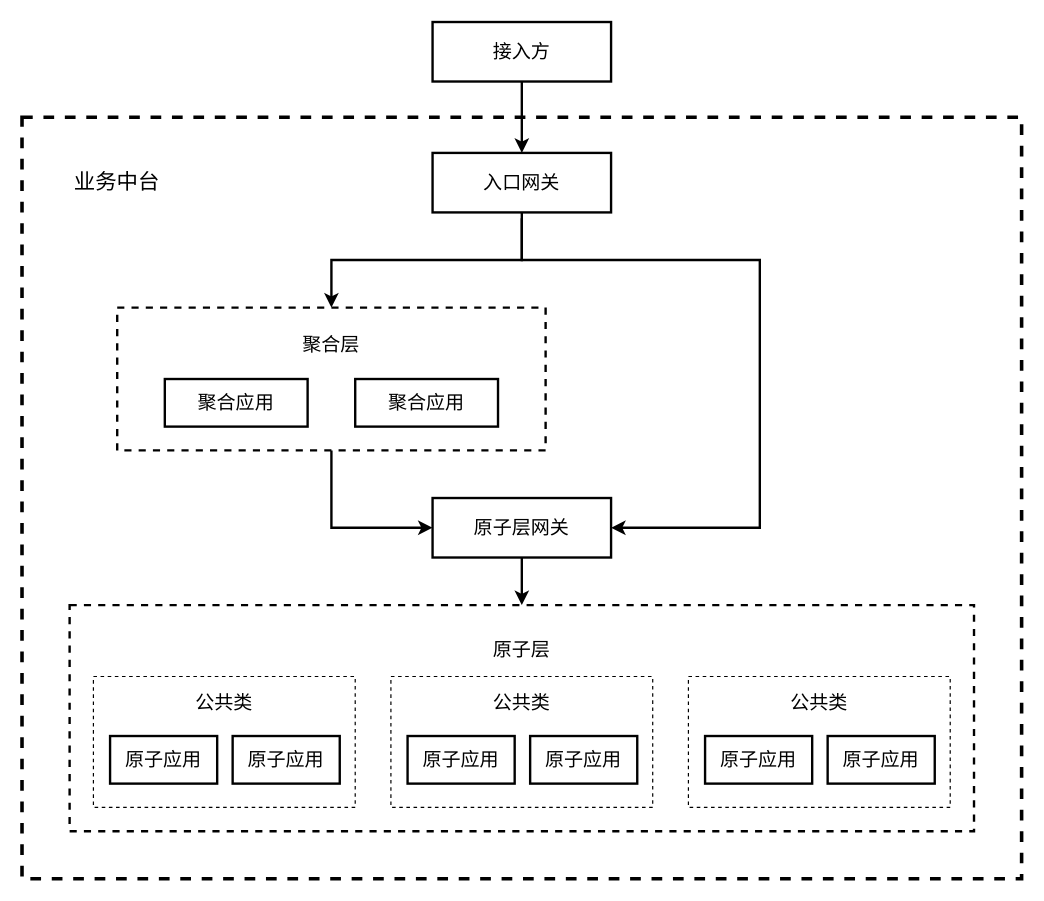
This is sse/业务中台目标.drawio from yimzncy/draw, a draw.io file, before an edit. Source tidied: cells renumbered, new cells numbered last; positions are measured from the earlier drawing's top-left corner, leaving out a move shared by most shapes. Both pictures are drawn from the tidied source at 119%, with x=0, y=0 at pixel (21, 21).
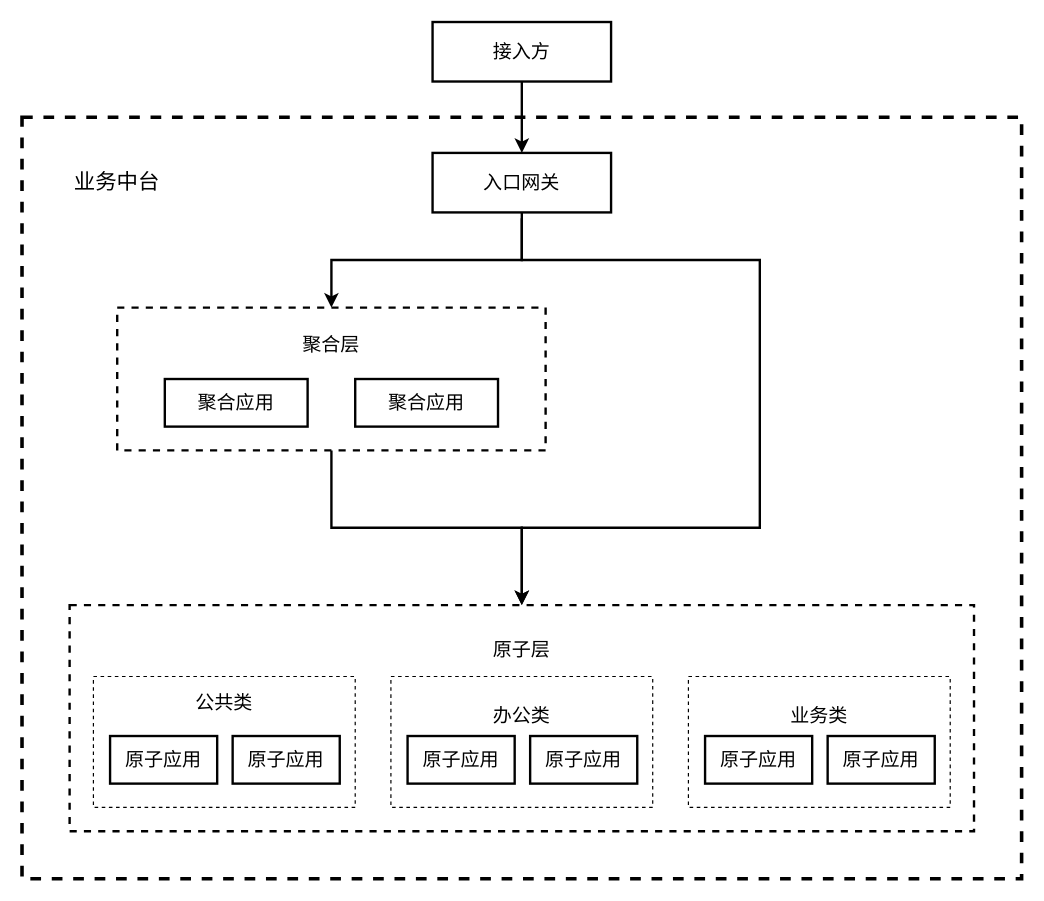
The same page after the edit.

Commit message:
Update 业务中台目标.drawio

Unchanged cells that the change refers to:
```xml
<mxCell id="3" value="原子层&lt;br&gt;&lt;br&gt;&lt;br&gt;&lt;br&gt;&lt;br&gt;&lt;br&gt;&lt;br&gt;" style="rounded=0;whiteSpace=wrap;html=1;strokeWidth=2;gradientColor=none;fontSize=16;dashed=1;fillColor=none;" parent="1" vertex="1">
  <mxGeometry x="40" y="490" width="760" height="190" as="geometry" />
</mxCell>
<mxCell id="10" value="聚合层&lt;br&gt;&lt;br&gt;&lt;br&gt;&lt;br&gt;" style="rounded=0;whiteSpace=wrap;html=1;strokeWidth=2;gradientColor=none;fontSize=16;dashed=1;fillColor=none;" parent="1" vertex="1">
  <mxGeometry x="80" y="240" width="360" height="120" as="geometry" />
</mxCell>
<mxCell id="20" style="group;" parent="1" vertex="1">
  <mxGeometry x="310" y="550" width="220" height="110" as="geometry" />
</mxCell>
<mxCell id="24" style="group;" parent="1" vertex="1">
  <mxGeometry x="560" y="550" width="220" height="110" as="geometry" />
</mxCell>
```

Change to the diagram source:
```diff
@@
-    <mxCell id="7" style="edgeStyle=orthogonalEdgeStyle;rounded=0;jettySize=auto;html=1;strokeWidth=2;exitX=0.5;exitY=1;exitDx=0;exitDy=0;endArrow=classic;endFill=1;entryX=1;entryY=0.5;entryDx=0;entryDy=0;" parent="1" edge="1" target="12">
+    <mxCell id="7" style="edgeStyle=orthogonalEdgeStyle;rounded=0;jettySize=auto;html=1;strokeWidth=2;exitX=0.5;exitY=1;exitDx=0;exitDy=0;endArrow=classic;endFill=1;entryX=0.5;entryY=0;entryDx=0;entryDy=0;" parent="1" edge="1" target="3">
       <mxGeometry relative="1" as="geometry">
         <mxPoint x="420" y="165" as="sourcePoint" />
         <Array as="points">
           <mxPoint x="420" y="200" />
           <mxPoint x="620" y="200" />
           <mxPoint x="620" y="425" />
+          <mxPoint x="420" y="425" />
         </Array>
       </mxGeometry>
     </mxCell>
@@
-    <mxCell id="9" style="edgeStyle=orthogonalEdgeStyle;rounded=0;jettySize=auto;html=1;exitX=0.5;exitY=1;exitDx=0;exitDy=0;entryX=0;entryY=0.5;entryDx=0;entryDy=0;endArrow=classic;endFill=1;strokeWidth=2;" parent="1" edge="1" source="10" target="12">
+    <mxCell id="9" style="edgeStyle=orthogonalEdgeStyle;rounded=0;jettySize=auto;html=1;exitX=0.5;exitY=1;exitDx=0;exitDy=0;entryX=0.5;entryY=0;entryDx=0;entryDy=0;endArrow=classic;endFill=1;strokeWidth=2;" parent="1" edge="1" source="10" target="3">
       <mxGeometry relative="1" as="geometry" />
     </mxCell>
@@
-    <mxCell id="11" style="edgeStyle=orthogonalEdgeStyle;rounded=0;jettySize=auto;html=1;entryX=0.5;entryY=0;entryDx=0;entryDy=0;strokeWidth=2;" parent="1" edge="1" source="12" target="3">
-      <mxGeometry relative="1" as="geometry" />
-    </mxCell>
-    <mxCell id="12" value="原子层网关" style="rounded=0;whiteSpace=wrap;html=1;strokeWidth=2;gradientColor=none;fontSize=16;" parent="1" vertex="1">
-      <mxGeometry x="345" y="400" width="150" height="50" as="geometry" />
-    </mxCell>
@@
-    <mxCell id="21" value="&lt;font style=&quot;font-size: 16px&quot;&gt;公共类&lt;br&gt;&lt;/font&gt;&lt;br&gt;&lt;br&gt;&lt;br&gt;" style="rounded=0;whiteSpace=wrap;html=1;fontSize=18;fillColor=none;dashed=1;" parent="20" vertex="1">
+    <mxCell id="21" value="&lt;font style=&quot;font-size: 16px&quot;&gt;办公类&lt;br&gt;&lt;/font&gt;&lt;br&gt;&lt;br&gt;" style="rounded=0;whiteSpace=wrap;html=1;fontSize=18;fillColor=none;dashed=1;" parent="20" vertex="1">
       <mxGeometry width="220" height="110" as="geometry" />
     </mxCell>
@@
-    <mxCell id="25" value="&lt;font style=&quot;font-size: 16px&quot;&gt;公共类&lt;br&gt;&lt;/font&gt;&lt;br&gt;&lt;br&gt;&lt;br&gt;" style="rounded=0;whiteSpace=wrap;html=1;fontSize=18;fillColor=none;dashed=1;" parent="24" vertex="1">
+    <mxCell id="25" value="&lt;font style=&quot;font-size: 16px&quot;&gt;业务类&lt;br&gt;&lt;/font&gt;&lt;br&gt;&lt;br&gt;" style="rounded=0;whiteSpace=wrap;html=1;fontSize=18;fillColor=none;dashed=1;" parent="24" vertex="1">
       <mxGeometry width="220" height="110" as="geometry" />
     </mxCell>
```
